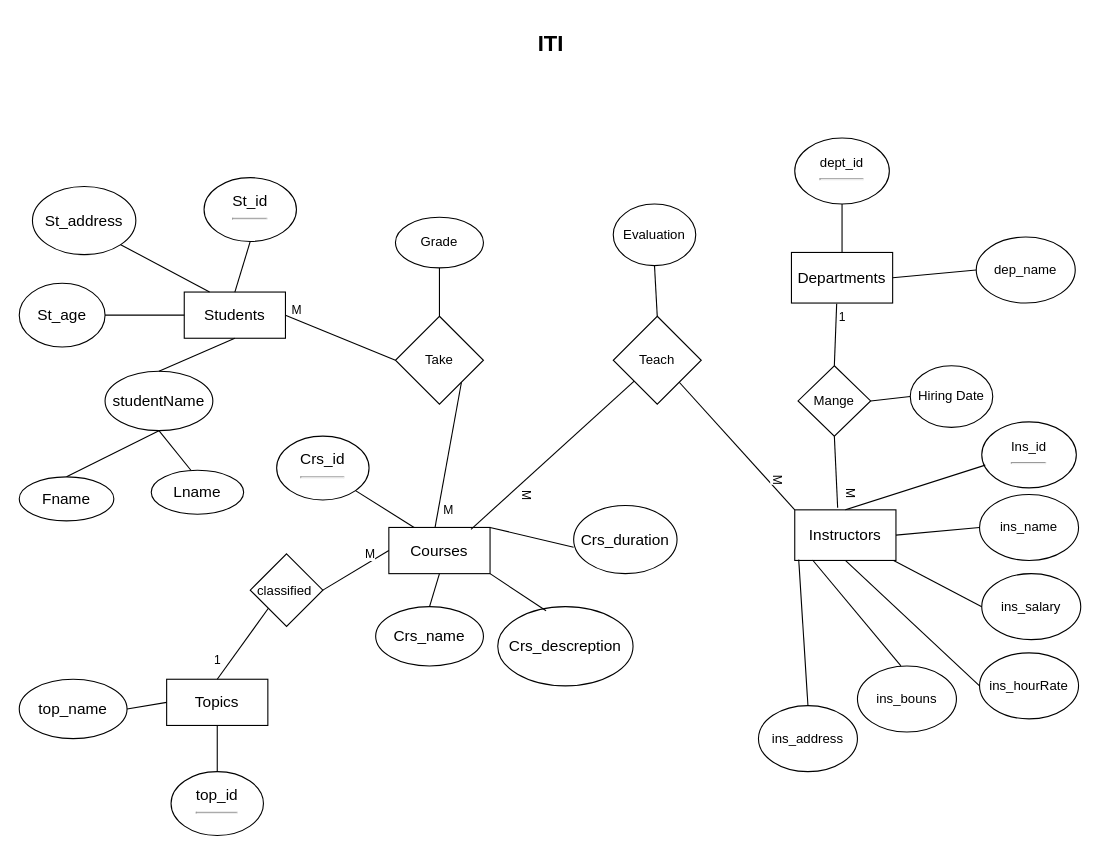
Above: ITI.drawio in karimsherief/dotnet-erd (draw.io), before the change. Source tidied: cells renumbered, new cells numbered last; positions are measured from the earlier drawing's top-left corner, leaving out a move shared by most shapes. Both pictures are drawn from the tidied source at 110%, with x=0, y=0 at pixel (19, 19).
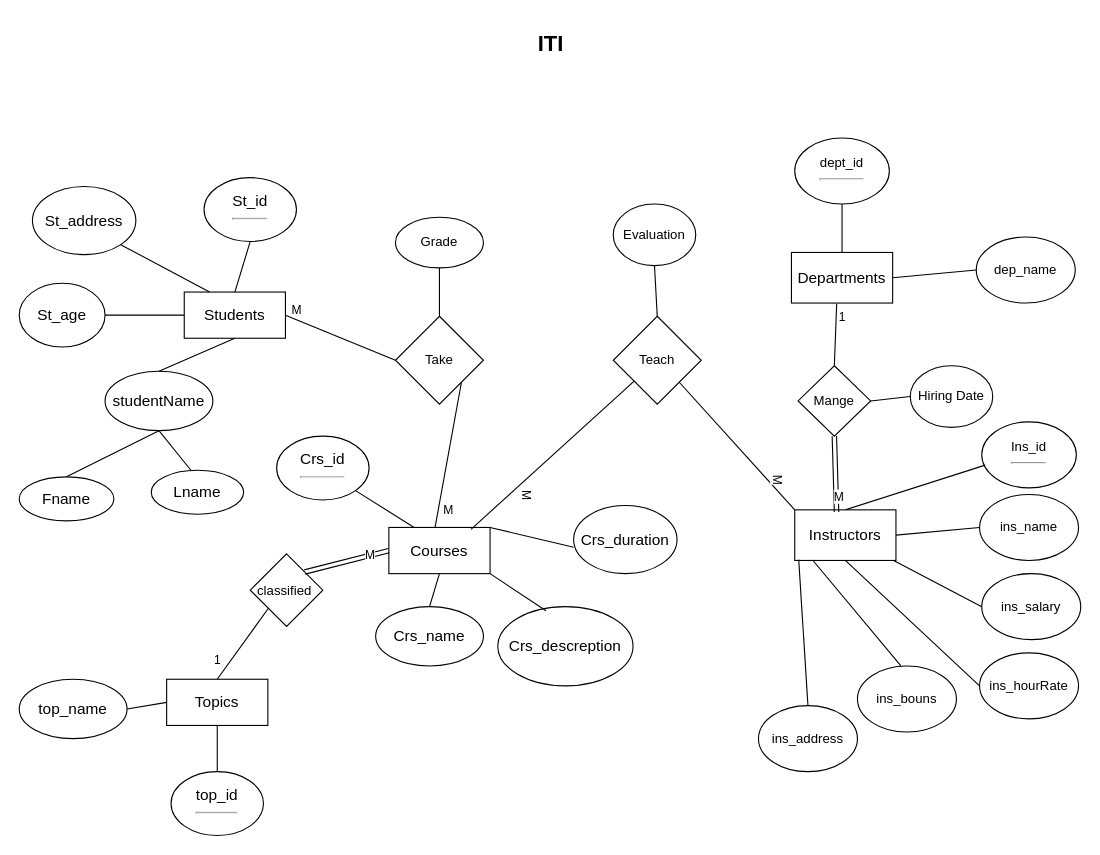
Above is the later version.

The change refers to these unchanged cells:
```xml
<mxCell id="21" value="Courses" style="rounded=0;whiteSpace=wrap;html=1;fontSize=14;" parent="1" vertex="1">
  <mxGeometry x="336" y="462" width="92" height="42" as="geometry" />
</mxCell>
<mxCell id="37" value="Instructors" style="whiteSpace=wrap;html=1;fontSize=14;" parent="1" vertex="1">
  <mxGeometry x="705" y="446" width="92" height="46" as="geometry" />
</mxCell>
<mxCell id="50" value="Mange" style="rhombus;whiteSpace=wrap;html=1;" parent="1" vertex="1">
  <mxGeometry x="708" y="315" width="66" height="64" as="geometry" />
</mxCell>
<mxCell id="69" value="&lt;span style=&quot;font-family: Arial, sans-serif; position: relative; top: 0.5pt;&quot;&gt;&lt;font style=&quot;font-size: 12px;&quot;&gt;classified&amp;nbsp;&lt;/font&gt;&lt;/span&gt;" style="rhombus;whiteSpace=wrap;html=1;" parent="1" vertex="1">
  <mxGeometry x="210" y="486" width="66" height="66" as="geometry" />
</mxCell>
```

What changed in the source:
```diff
@@
-    <mxCell id="51" style="endArrow=none;html=1;rounded=0;exitX=0.424;exitY=-0.043;exitDx=0;exitDy=0;exitPerimeter=0;entryX=0.5;entryY=1;entryDx=0;entryDy=0;" parent="1" edge="1" source="37" target="50">
-      <mxGeometry relative="1" as="geometry" />
-    </mxCell>
-    <mxCell id="52" value="M" style="edgeLabel;html=1;align=center;verticalAlign=middle;rotation=90;" parent="51" vertex="1">
-      <mxGeometry x="-0.48" y="-1" relative="1" as="geometry">
-        <mxPoint x="12" y="3" as="offset" />
-      </mxGeometry>
-    </mxCell>
@@
-    <mxCell id="70" style="endArrow=none;html=1;rounded=0;exitX=1;exitY=0.5;exitDx=0;exitDy=0;fontSize=14;entryX=0;entryY=0.5;entryDx=0;entryDy=0;" parent="1" edge="1" source="69" target="21">
-      <mxGeometry relative="1" as="geometry" />
-    </mxCell>
-    <mxCell id="71" value="M" style="edgeLabel;html=1;align=center;verticalAlign=middle;" parent="70" vertex="1">
-      <mxGeometry x="0.48" y="-4" relative="1" as="geometry">
-        <mxPoint x="-4" y="-10" as="offset" />
-      </mxGeometry>
-    </mxCell>
@@
+    <mxCell id="74" style="shape=link;html=1;rounded=0;entryX=0.413;entryY=0.043;entryDx=0;entryDy=0;entryPerimeter=0;exitX=0.5;exitY=1;exitDx=0;exitDy=0;" parent="1" edge="1" source="50" target="37">
+      <mxGeometry relative="1" as="geometry" />
+    </mxCell>
+    <mxCell id="75" value="M" style="edgeLabel;html=1;align=center;verticalAlign=middle;" parent="74" vertex="1">
+      <mxGeometry x="0.6" y="2" relative="1" as="geometry" />
+    </mxCell>
+    <mxCell id="76" style="shape=link;html=1;rounded=0;entryX=1;entryY=0;entryDx=0;entryDy=0;exitX=0;exitY=0.5;exitDx=0;exitDy=0;" parent="1" edge="1" source="21" target="69">
+      <mxGeometry relative="1" as="geometry" />
+    </mxCell>
+    <mxCell id="77" value="M" style="edgeLabel;html=1;align=center;verticalAlign=middle;" parent="76" vertex="1">
+      <mxGeometry x="0.6" y="2" relative="1" as="geometry">
+        <mxPoint x="43" y="-14" as="offset" />
+      </mxGeometry>
+    </mxCell>
```
